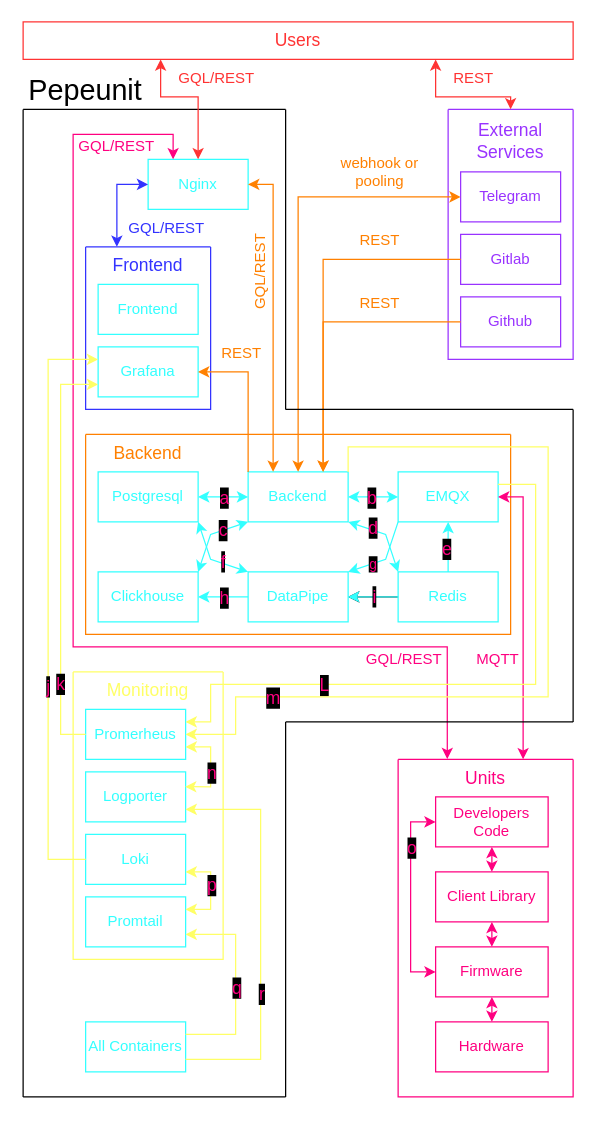
Above: docs/schemas/main_schema.drawio in w7a8n1y4a/pepeunit (draw.io), before the change. Source tidied: cells renumbered, new cells numbered last; positions are measured from the earlier drawing's top-left corner, leaving out a move shared by most shapes. Both pictures are drawn from the tidied source at 125%, with x=0, y=0 at pixel (22, 21).
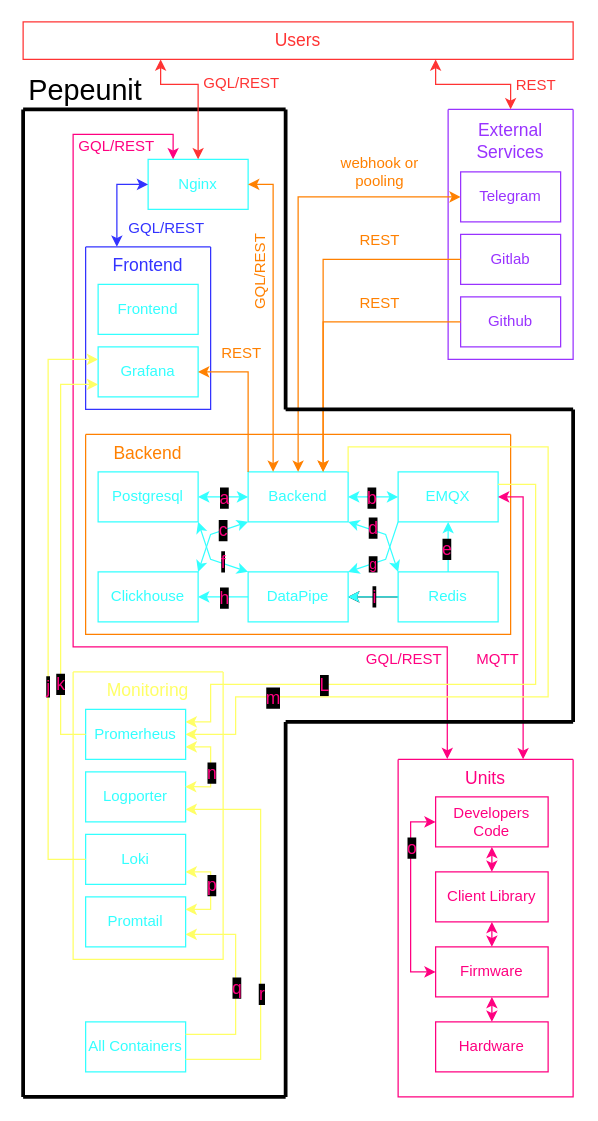
After the change.

Commit message (it also covers changes not shown here):
feat(schema): border high, fix arrow

The change refers to these unchanged cells:
```xml
<mxCell id="2" value="&lt;font style=&quot;color: rgb(51, 255, 255);&quot;&gt;Nginx&lt;/font&gt;" style="rounded=0;whiteSpace=wrap;html=1;fillColor=none;strokeColor=#33FFFF;" parent="1" vertex="1">
  <mxGeometry x="100" y="110" width="80" height="40" as="geometry" />
</mxCell>
<mxCell id="3" value="&lt;font style=&quot;font-size: 14px;&quot;&gt;Users&lt;/font&gt;" style="rounded=0;whiteSpace=wrap;html=1;fillColor=none;strokeColor=#FF3333;fontColor=#FF3333;" parent="1" vertex="1">
  <mxGeometry width="440" height="30" as="geometry" />
</mxCell>
<mxCell id="46" style="swimlane;startSize=0;fontColor=#9933FF;strokeColor=#9933FF;" parent="1" vertex="1">
  <mxGeometry x="340" y="70" width="100" height="200" as="geometry" />
</mxCell>
```

What changed in the source:
```diff
@@
     <mxCell id="52" value="REST" style="text;html=1;align=center;verticalAlign=middle;strokeColor=none;fillColor=none;fontColor=#FF3333;" parent="1" vertex="1">
-      <mxGeometry x="330" y="30" width="60" height="30" as="geometry" />
+      <mxGeometry x="380" y="36.2" width="60" height="30" as="geometry" />
     </mxCell>
@@
     <mxCell id="60" value="GQL/&lt;span style=&quot;background-color: transparent;&quot;&gt;REST&lt;/span&gt;" style="text;html=1;align=center;verticalAlign=middle;whiteSpace=wrap;rounded=0;fontColor=#FF3333;" parent="1" vertex="1">
-      <mxGeometry x="119.9" y="36.2" width="70" height="17.5" as="geometry" />
+      <mxGeometry x="140" y="40" width="70" height="17.5" as="geometry" />
     </mxCell>
@@
-    <mxCell id="92" style="endArrow=none;html=1;rounded=0;" parent="1" edge="1">
+    <mxCell id="92" style="endArrow=none;html=1;rounded=0;strokeWidth=3;curved=0;strokeColor=default;flowAnimation=0;shadow=0;" parent="1" edge="1">
       <mxGeometry relative="1" as="geometry">
         <mxPoint x="210" y="560" as="sourcePoint" />
         <mxPoint x="440" y="560" as="targetPoint" />
       </mxGeometry>
     </mxCell>
-    <mxCell id="93" style="endArrow=none;html=1;rounded=0;" parent="1" edge="1">
+    <mxCell id="93" style="endArrow=none;html=1;rounded=0;strokeWidth=3;curved=0;strokeColor=default;flowAnimation=0;shadow=0;" parent="1" edge="1">
       <mxGeometry relative="1" as="geometry">
         <mxPoint x="210" y="560" as="sourcePoint" />
         <mxPoint x="210" y="860" as="targetPoint" />
       </mxGeometry>
     </mxCell>
-    <mxCell id="94" style="endArrow=none;html=1;rounded=0;" parent="1" edge="1">
+    <mxCell id="94" style="endArrow=none;html=1;rounded=0;strokeWidth=3;curved=0;strokeColor=default;flowAnimation=0;shadow=0;" parent="1" edge="1">
       <mxGeometry relative="1" as="geometry">
         <mxPoint y="860" as="sourcePoint" />
         <mxPoint x="210" y="860" as="targetPoint" />
       </mxGeometry>
     </mxCell>
-    <mxCell id="95" style="endArrow=none;html=1;rounded=0;" parent="1" edge="1">
+    <mxCell id="95" style="endArrow=none;html=1;rounded=0;strokeWidth=3;curved=0;strokeColor=default;flowAnimation=0;shadow=0;" parent="1" edge="1">
       <mxGeometry relative="1" as="geometry">
         <mxPoint y="860" as="sourcePoint" />
         <mxPoint y="70" as="targetPoint" />
       </mxGeometry>
     </mxCell>
-    <mxCell id="96" style="endArrow=none;html=1;rounded=0;" parent="1" edge="1">
+    <mxCell id="96" style="endArrow=none;html=1;rounded=0;strokeWidth=3;curved=0;strokeColor=default;flowAnimation=0;shadow=0;" parent="1" edge="1">
       <mxGeometry relative="1" as="geometry">
         <mxPoint y="70" as="sourcePoint" />
         <mxPoint x="210" y="70" as="targetPoint" />
       </mxGeometry>
     </mxCell>
-    <mxCell id="97" style="endArrow=none;html=1;rounded=0;" parent="1" edge="1">
+    <mxCell id="97" style="endArrow=none;html=1;rounded=0;strokeWidth=3;curved=0;strokeColor=default;flowAnimation=0;shadow=0;" parent="1" edge="1">
       <mxGeometry relative="1" as="geometry">
         <mxPoint x="210" y="70" as="sourcePoint" />
         <mxPoint x="210" y="310" as="targetPoint" />
       </mxGeometry>
     </mxCell>
-    <mxCell id="98" style="endArrow=none;html=1;rounded=0;" parent="1" edge="1">
+    <mxCell id="98" style="endArrow=none;html=1;rounded=0;strokeWidth=3;curved=0;strokeColor=default;flowAnimation=0;shadow=0;" parent="1" edge="1">
       <mxGeometry relative="1" as="geometry">
         <mxPoint x="210" y="310" as="sourcePoint" />
         <mxPoint x="440" y="310" as="targetPoint" />
       </mxGeometry>
     </mxCell>
-    <mxCell id="99" style="endArrow=none;html=1;rounded=0;" parent="1" edge="1">
+    <mxCell id="99" style="endArrow=none;html=1;rounded=0;strokeWidth=3;curved=0;strokeColor=default;flowAnimation=0;shadow=0;" parent="1" edge="1">
       <mxGeometry relative="1" as="geometry">
         <mxPoint x="440" y="560" as="sourcePoint" />
         <mxPoint x="440" y="310" as="targetPoint" />
       </mxGeometry>
     </mxCell>
     <mxCell id="100" style="endArrow=classic;startArrow=classic;html=1;rounded=0;exitX=0.5;exitY=0;exitDx=0;exitDy=0;entryX=0.25;entryY=1;entryDx=0;entryDy=0;edgeStyle=orthogonalEdgeStyle;strokeColor=#FF3333;" parent="1" edge="1" source="2" target="3">
       <mxGeometry relative="1" as="geometry">
         <Array as="points">
-          <mxPoint x="140" y="60" />
-          <mxPoint x="110" y="60" />
+          <mxPoint x="140" y="50" />
+          <mxPoint x="110" y="50" />
         </Array>
       </mxGeometry>
     </mxCell>
     <mxCell id="101" style="endArrow=classic;startArrow=classic;html=1;rounded=0;entryX=0.5;entryY=0;entryDx=0;entryDy=0;exitX=0.75;exitY=1;exitDx=0;exitDy=0;edgeStyle=orthogonalEdgeStyle;strokeColor=#FF3333;" parent="1" edge="1" source="3" target="46">
       <mxGeometry relative="1" as="geometry">
         <Array as="points">
-          <mxPoint x="330" y="60" />
-          <mxPoint x="390" y="60" />
+          <mxPoint x="330" y="50" />
+          <mxPoint x="390" y="50" />
         </Array>
       </mxGeometry>
     </mxCell>
```
